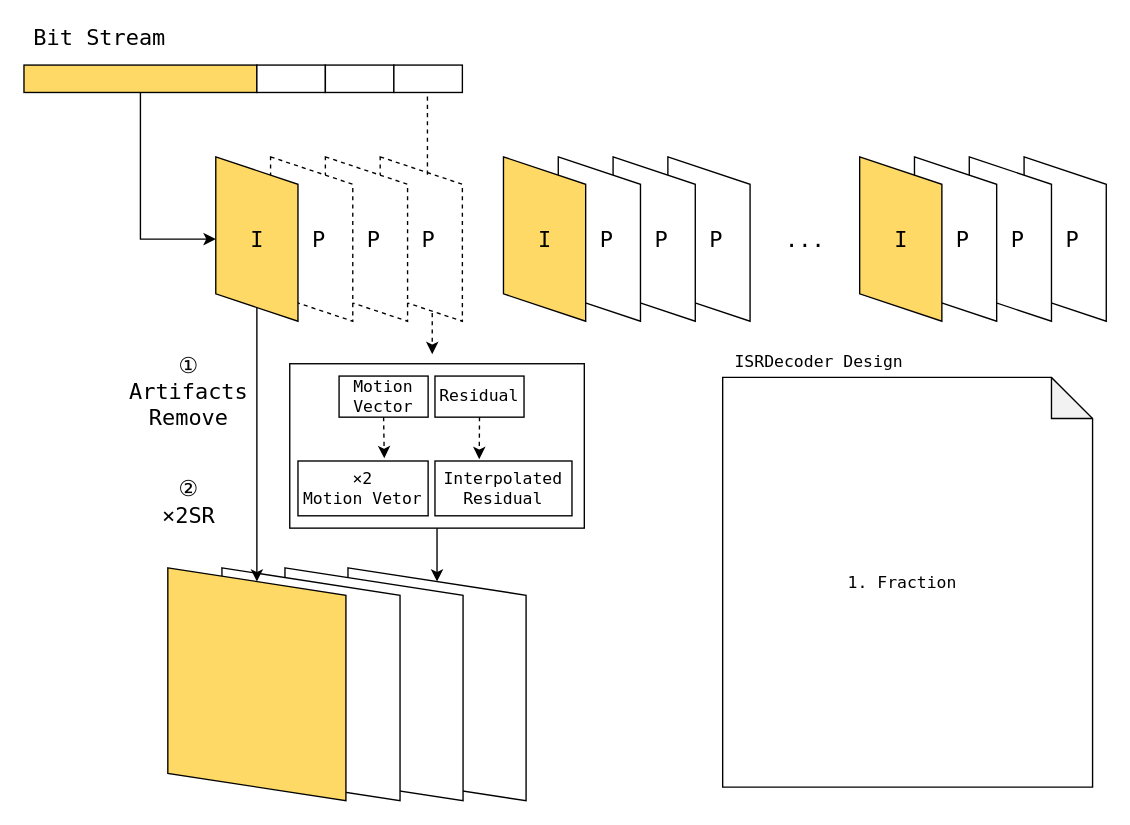
Above: XML/ISRDec.drawio in Joeyrr/draw.io (draw.io), before the change. Source tidied: cells renumbered, new cells numbered last; positions are measured from the earlier drawing's top-left corner, leaving out a move shared by most shapes. Both pictures are drawn from the tidied source at 137%, with x=0, y=0 at pixel (23, 23).
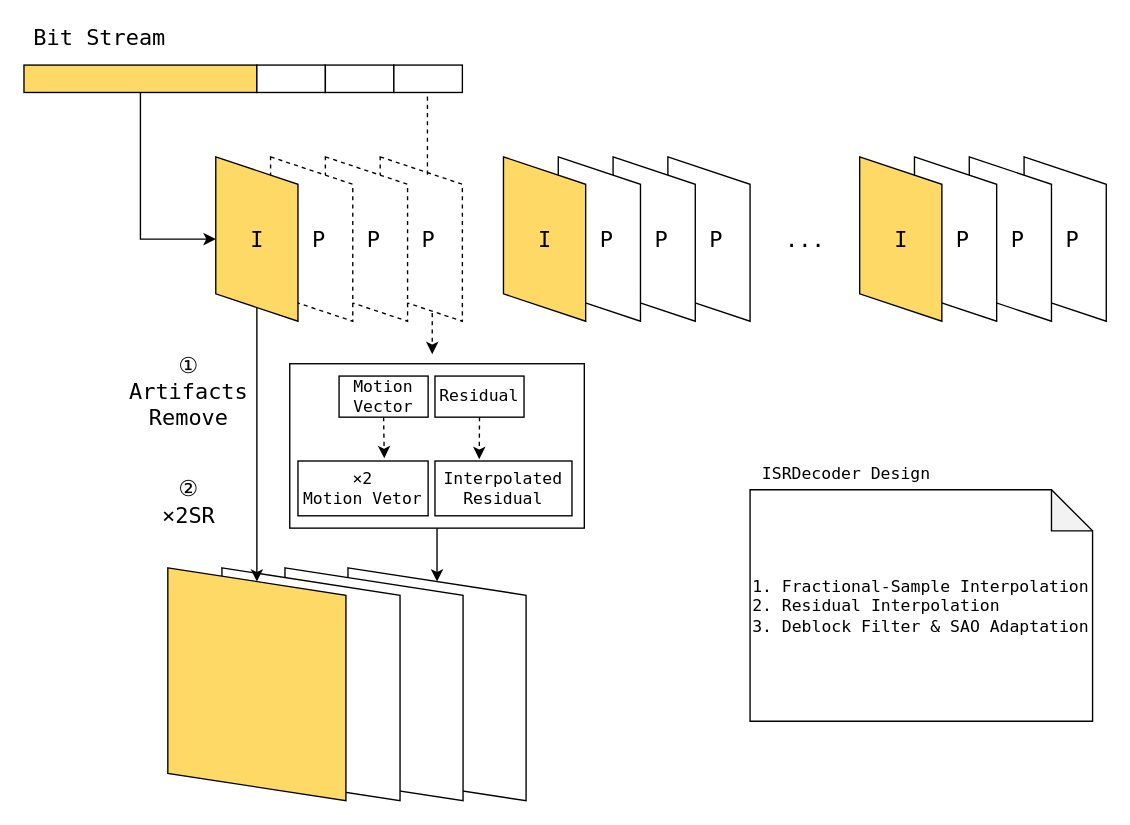
Above is the later version.

Change to the diagram source:
```diff
@@
-<mxGraphModel>
+<mxGraphModel background="#ffffff">
@@
-    <mxCell id="50" value="1. Fraction&amp;nbsp;" style="shape=note;whiteSpace=wrap;html=1;backgroundOutline=1;darkOpacity=0.05;fontFamily=Lucida Console;fontSize=12;fillColor=#FFFFFF;align=center;" parent="1" vertex="1">
-      <mxGeometry x="510" y="258" width="270" height="299" as="geometry" />
+    <mxCell id="50" value="1. Fractional-Sample Interpolation&lt;br&gt;2. Residual Interpolation&lt;br&gt;&lt;div style=&quot;&quot;&gt;&lt;span style=&quot;background-color: initial;&quot;&gt;3. Deblock Filter &amp;amp; SAO Adaptation&lt;/span&gt;&lt;/div&gt;" style="shape=note;whiteSpace=wrap;html=1;backgroundOutline=1;darkOpacity=0.05;fontFamily=Lucida Console;fontSize=12;fillColor=#FFFFFF;align=left;" parent="1" vertex="1">
+      <mxGeometry x="530" y="340" width="250" height="169" as="geometry" />
     </mxCell>
     <mxCell id="51" value="&lt;span style=&quot;&quot;&gt;ISRDecoder Design&lt;/span&gt;" style="text;html=1;align=center;verticalAlign=middle;fillColor=none;strokeColor=none;rounded=0;fontFamily=Lucida Console;fontSize=12;" parent="1" vertex="1">
-      <mxGeometry x="510" y="237" width="140" height="20" as="geometry" />
+      <mxGeometry x="530" y="319" width="140" height="20" as="geometry" />
     </mxCell>
```
